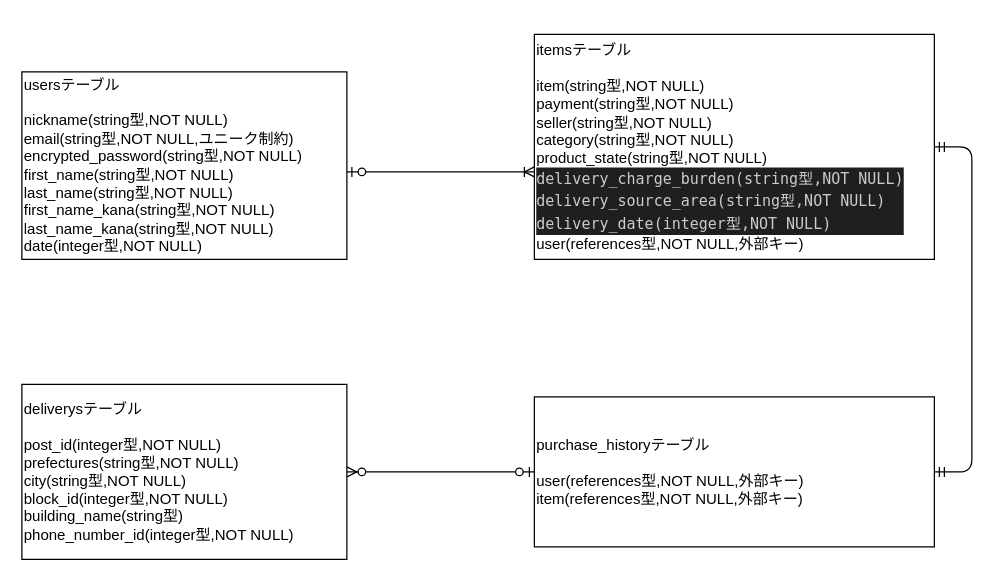
This is furima.dio from karinkoike/furima-40201, a draw.io file, before an edit. Source tidied: cells renumbered, new cells numbered last; positions are measured from the earlier drawing's top-left corner, leaving out a move shared by most shapes. Both pictures are drawn from the tidied source at 125%, with x=0, y=0 at pixel (21, 34).
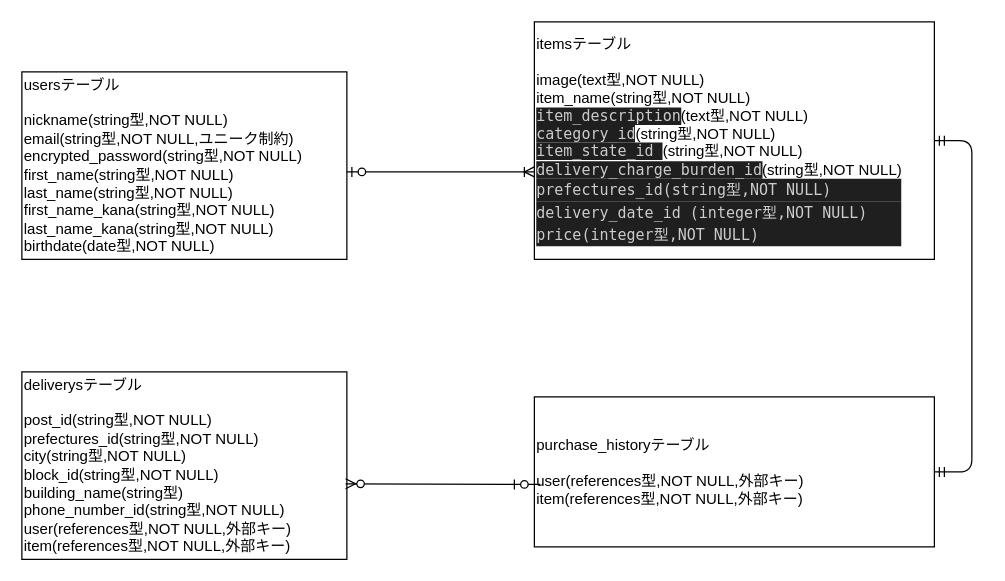
Above is the later version.

Diff of the diagram source:
```diff
@@
 <mxGraphModel>
   <root>
     <mxCell id="0" />
     <mxCell id="1" parent="0" />
-    <mxCell id="2" value="usersテーブル&lt;br&gt;&lt;br&gt;nickname(string型,NOT NULL)&lt;br&gt;email(string型,NOT NULL,ユニーク制約)&lt;br&gt;encrypted_password(string型,NOT NULL)&lt;br&gt;first_name(string型,NOT NULL)&lt;br&gt;last_name(string型,NOT NULL)&lt;br&gt;first_name_kana(string型,NOT NULL)&lt;br&gt;last_name_kana(string型,NOT NULL)&lt;br&gt;date(integer型,NOT NULL)" style="rounded=0;whiteSpace=wrap;html=1;align=left;" parent="1" vertex="1">
+    <mxCell id="2" value="usersテーブル&lt;br&gt;&lt;br&gt;nickname(string型,NOT NULL)&lt;br&gt;email(string型,NOT NULL,ユニーク制約)&lt;br&gt;encrypted_password(string型,NOT NULL)&lt;br&gt;first_name(string型,NOT NULL)&lt;br&gt;last_name(string型,NOT NULL)&lt;br&gt;first_name_kana(string型,NOT NULL)&lt;br&gt;last_name_kana(string型,NOT NULL)&lt;br&gt;birthdate(date型,NOT NULL)" style="rounded=0;whiteSpace=wrap;html=1;align=left;" parent="1" vertex="1">
       <mxGeometry y="30" width="260" height="150" as="geometry" />
     </mxCell>
-    <mxCell id="3" value="itemsテーブル&lt;br&gt;&lt;br&gt;item(string型,NOT NULL)&lt;br&gt;payment(string型,NOT NULL)&lt;br&gt;seller(string型,NOT NULL)&lt;br&gt;category(string型,NOT NULL)&lt;br&gt;product_state(string型,NOT NULL)&lt;br&gt;&lt;div style=&quot;color: rgb(204, 204, 204); background-color: rgb(31, 31, 31); font-family: Menlo, Monaco, &amp;quot;Courier New&amp;quot;, monospace; line-height: 18px;&quot;&gt;delivery_charge_burden(string型,NOT NULL)&lt;/div&gt;&lt;div style=&quot;color: rgb(204, 204, 204); background-color: rgb(31, 31, 31); font-family: Menlo, Monaco, &amp;quot;Courier New&amp;quot;, monospace; line-height: 18px;&quot;&gt;&lt;div style=&quot;line-height: 18px;&quot;&gt;delivery_source_area(string型,NOT NULL)&lt;/div&gt;&lt;div style=&quot;line-height: 18px;&quot;&gt;&lt;div style=&quot;line-height: 18px;&quot;&gt;delivery_date(integer型,NOT NULL)&lt;/div&gt;&lt;/div&gt;&lt;/div&gt;user(references型,NOT NULL,外部キー)" style="rounded=0;whiteSpace=wrap;html=1;align=left;" parent="1" vertex="1">
-      <mxGeometry x="410" width="320" height="180" as="geometry" />
+    <mxCell id="3" value="itemsテーブル&lt;br&gt;&lt;br&gt;image(text型,NOT NULL)&lt;br&gt;item_name(string型,NOT NULL)&lt;br&gt;&lt;span style=&quot;background-color: rgb(31, 31, 31); color: rgb(204, 204, 204); font-family: Menlo, Monaco, &amp;quot;Courier New&amp;quot;, monospace;&quot;&gt;item_description&lt;/span&gt;(text型,NOT NULL)&lt;br&gt;&lt;span style=&quot;background-color: rgb(31, 31, 31); color: rgb(204, 204, 204); font-family: Menlo, Monaco, &amp;quot;Courier New&amp;quot;, monospace;&quot;&gt;category_id&lt;/span&gt;(string型,NOT NULL)&lt;br&gt;&lt;span style=&quot;background-color: rgb(31, 31, 31); color: rgb(204, 204, 204); font-family: Menlo, Monaco, &amp;quot;Courier New&amp;quot;, monospace;&quot;&gt;item_state_id &lt;/span&gt;(string型,NOT NULL)&lt;br&gt;&lt;span style=&quot;background-color: rgb(31, 31, 31); color: rgb(204, 204, 204); font-family: Menlo, Monaco, &amp;quot;Courier New&amp;quot;, monospace;&quot;&gt;delivery_charge_burden_id&lt;/span&gt;(string型,NOT NULL)&lt;br&gt;&lt;div style=&quot;color: rgb(204, 204, 204); background-color: rgb(31, 31, 31); font-family: Menlo, Monaco, &amp;quot;Courier New&amp;quot;, monospace; line-height: 18px;&quot;&gt;&lt;span style=&quot;&quot;&gt;prefectures_id&lt;/span&gt;(string型,NOT NULL)&lt;/div&gt;&lt;div style=&quot;color: rgb(204, 204, 204); background-color: rgb(31, 31, 31); font-family: Menlo, Monaco, &amp;quot;Courier New&amp;quot;, monospace; line-height: 18px;&quot;&gt;&lt;div style=&quot;line-height: 18px;&quot;&gt;&lt;span style=&quot;&quot;&gt;delivery_date_id &lt;/span&gt;(integer型,NOT NULL)&lt;/div&gt;&lt;div style=&quot;line-height: 18px;&quot;&gt;&lt;div style=&quot;line-height: 18px;&quot;&gt;&lt;span style=&quot;&quot;&gt;price&lt;/span&gt;(integer型,NOT NULL)&lt;/div&gt;&lt;/div&gt;&lt;/div&gt;" style="rounded=0;whiteSpace=wrap;html=1;align=left;" parent="1" vertex="1">
+      <mxGeometry x="410" y="-10" width="320" height="190" as="geometry" />
     </mxCell>
     <mxCell id="4" style="edgeStyle=entityRelationEdgeStyle;fontSize=12;html=1;endArrow=ERoneToMany;startArrow=ERzeroToOne;" parent="1" edge="1">
       <mxGeometry relative="1" as="geometry">
         <mxPoint x="260" y="110" as="sourcePoint" />
         <mxPoint x="410" y="110" as="targetPoint" />
       </mxGeometry>
     </mxCell>
     <mxCell id="5" value="purchase_historyテーブル&lt;br&gt;&lt;br&gt;user(references型,NOT NULL,外部キー)&lt;br&gt;item(references型,NOT NULL,外部キー)" style="rounded=0;whiteSpace=wrap;html=1;align=left;" parent="1" vertex="1">
       <mxGeometry x="410" y="290" width="320" height="120" as="geometry" />
     </mxCell>
     <mxCell id="6" style="edgeStyle=entityRelationEdgeStyle;fontSize=12;html=1;endArrow=ERmandOne;startArrow=ERmandOne;" parent="1" edge="1" source="5" target="3">
       <mxGeometry relative="1" as="geometry" />
     </mxCell>
-    <mxCell id="7" value="deliverysテーブル&lt;br&gt;&lt;br&gt;post_id(integer型,NOT NULL)&lt;br&gt;prefectures(string型,NOT NULL)&lt;br&gt;city(string型,NOT NULL)&lt;br&gt;block_id(integer型,NOT NULL)&lt;br&gt;building_name(string型)&lt;br&gt;phone_number_id(integer型,NOT NULL)" style="rounded=0;whiteSpace=wrap;html=1;align=left;" parent="1" vertex="1">
-      <mxGeometry y="280" width="260" height="140" as="geometry" />
+    <mxCell id="7" value="deliverysテーブル&lt;br&gt;&lt;br&gt;post_id(string型,NOT NULL)&lt;br&gt;prefectures_id(string型,NOT NULL)&lt;br&gt;city(string型,NOT NULL)&lt;br&gt;block_id(string型,NOT NULL)&lt;br&gt;building_name(string型)&lt;br&gt;phone_number_id(string型,NOT NULL)&lt;br&gt;user(references型,NOT NULL,外部キー)&lt;br&gt;item(references型,NOT NULL,外部キー)" style="rounded=0;whiteSpace=wrap;html=1;align=left;" parent="1" vertex="1">
+      <mxGeometry y="270" width="260" height="150" as="geometry" />
     </mxCell>
-    <mxCell id="8" style="edgeStyle=entityRelationEdgeStyle;fontSize=12;html=1;endArrow=ERzeroToMany;startArrow=ERzeroToOne;" parent="1" edge="1" source="5" target="7">
-      <mxGeometry relative="1" as="geometry" />
+    <mxCell id="8" style="edgeStyle=entityRelationEdgeStyle;fontSize=12;html=1;endArrow=ERzeroToMany;startArrow=ERzeroToOne;entryX=0.996;entryY=0.597;entryDx=0;entryDy=0;entryPerimeter=0;" parent="1" edge="1" target="7">
+      <mxGeometry relative="1" as="geometry">
+        <mxPoint x="390" y="360" as="sourcePoint" />
+      </mxGeometry>
     </mxCell>
   </root>
 </mxGraphModel>
```
